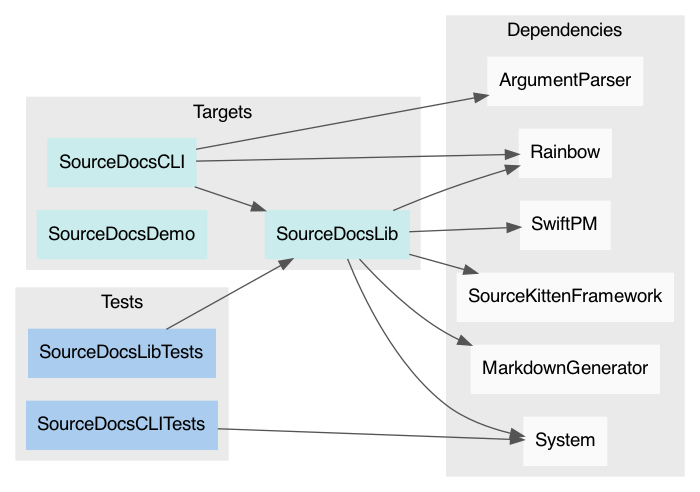
Earlier version of the Graphviz export PackageModules.png (SourceDocs/SourceDocs). Its source is kept beside it as PackageModules.dot.
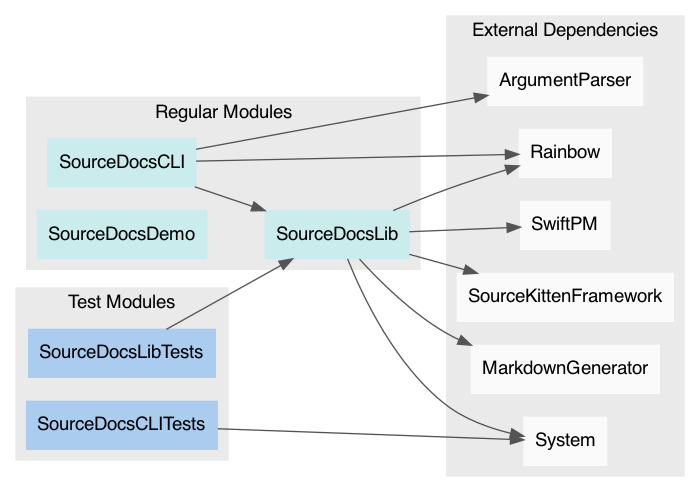
After the commit.

What changed in the source:
```diff
@@ -5,27 +5,27 @@
     edge [color="#545454"]
 
     subgraph clusterRegular {
-    label = "Targets"
+    label = "Regular Modules"
     node [color="#caecec"]
     SourceDocsCLI
     SourceDocsLib
     SourceDocsDemo
 }
     subgraph clusterTests {
-    label = "Tests"
+    label = "Test Modules"
     node [color="#aaccee"]
     SourceDocsCLITests
     SourceDocsLibTests
 }
     subgraph clusterExternal {
-    label = "Dependencies"
+    label = "External Dependencies"
     node [color="#fafafa"]
+    ArgumentParser
+    MarkdownGenerator
+    Rainbow
     SourceKittenFramework
-    MarkdownGenerator
-    ArgumentParser
+    SwiftPM
     System
-    Rainbow
-    SwiftPM
 }
 
     SourceDocsCLI -> SourceDocsLib
```
